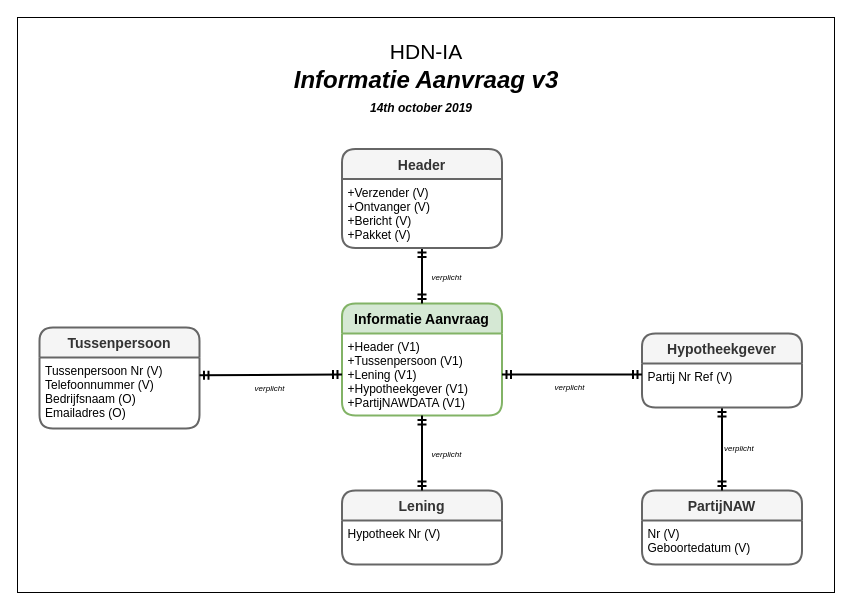
Before: page "IA-bericht" (2 of 13) of 3rdPartyDatasharing-HDN-IA-IX.drawio in luchthandel/diagrams, a draw.io diagram. Source tidied: cells renumbered, new cells numbered last; positions are measured from the earlier drawing's top-left corner, leaving out a move shared by most shapes. Both pictures are drawn from the tidied source at 100%, with x=0, y=0 at pixel (17, 17).
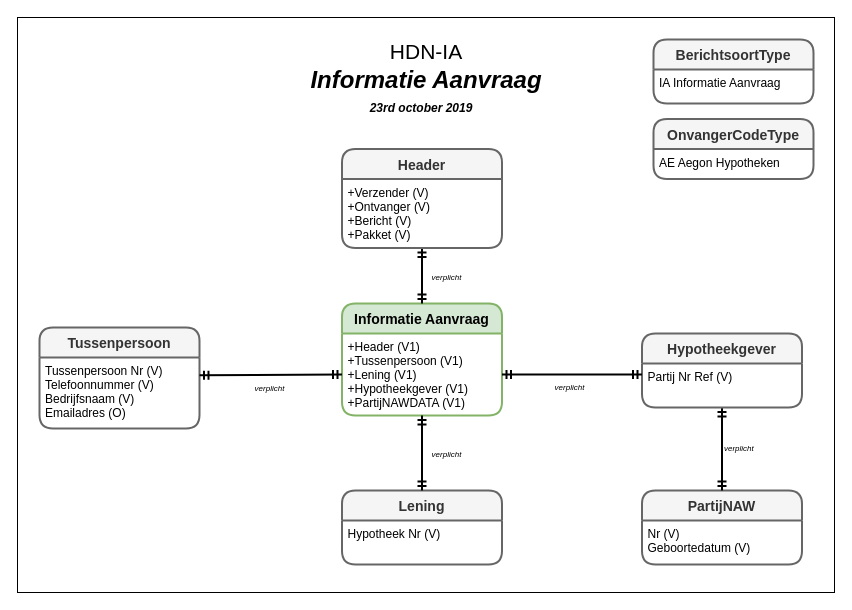
The same page after the edit.

The change refers to these unchanged cells:
```xml
<mxCell id="6" value="Tussenpersoon" style="swimlane;horizontal=1;startSize=30;fillColor=#f5f5f5;fontColor=#333333;rounded=1;fontSize=14;fontStyle=1;strokeWidth=2;shadow=0;dashed=0;align=center;strokeColor=#666666;" parent="1" vertex="1">
  <mxGeometry x="22" y="310" width="160" height="101" as="geometry" />
</mxCell>
<mxCell id="25" style="group;" parent="1" vertex="1">
  <mxGeometry x="259.5" y="21.5" width="298" height="78.5" as="geometry" />
</mxCell>
```

Change to the diagram source:
```diff
@@
-    <mxCell id="7" value="Tussenpersoon Nr (V)&#10;Telefoonnummer (V)&#10;Bedrijfsnaam (O)&#10;Emailadres (O)" style="align=left;strokeColor=none;fillColor=none;spacingLeft=4;fontSize=12;verticalAlign=top;" parent="6" vertex="1">
+    <mxCell id="7" value="Tussenpersoon Nr (V)&#10;Telefoonnummer (V)&#10;Bedrijfsnaam (V)&#10;Emailadres (O)" style="align=left;strokeColor=none;fillColor=none;spacingLeft=4;fontSize=12;verticalAlign=top;" parent="6" vertex="1">
       <mxGeometry y="30" width="160" height="71" as="geometry" />
     </mxCell>
@@
-    <mxCell id="26" value="&lt;font style=&quot;font-size: 21px&quot;&gt;HDN-IA&lt;/font&gt;&lt;b style=&quot;font-size: 24px ; font-style: italic&quot;&gt;&lt;br&gt;Informatie Aanvraag v3&lt;/b&gt;" style="text;html=1;strokeColor=none;fillColor=none;align=center;verticalAlign=middle;whiteSpace=wrap;rounded=0;" parent="25" vertex="1">
+    <mxCell id="26" value="&lt;font style=&quot;font-size: 21px&quot;&gt;HDN-IA&lt;/font&gt;&lt;b style=&quot;font-size: 24px ; font-style: italic&quot;&gt;&lt;br&gt;Informatie Aanvraag&lt;/b&gt;" style="text;html=1;strokeColor=none;fillColor=none;align=center;verticalAlign=middle;whiteSpace=wrap;rounded=0;" parent="25" vertex="1">
       <mxGeometry width="298" height="52" as="geometry" />
     </mxCell>
-    <mxCell id="27" value="&lt;font&gt;&lt;b&gt;&lt;i&gt;14th october 2019&lt;/i&gt;&lt;/b&gt;&lt;br&gt;&lt;/font&gt;" style="text;html=1;strokeColor=none;fillColor=none;align=center;verticalAlign=middle;whiteSpace=wrap;rounded=0;" parent="25" vertex="1">
+    <mxCell id="27" value="&lt;font&gt;&lt;b&gt;&lt;i&gt;23rd october 2019&lt;/i&gt;&lt;/b&gt;&lt;br&gt;&lt;/font&gt;" style="text;html=1;strokeColor=none;fillColor=none;align=center;verticalAlign=middle;whiteSpace=wrap;rounded=0;" parent="25" vertex="1">
       <mxGeometry x="74" y="59.5" width="140" height="19" as="geometry" />
     </mxCell>
+    <mxCell id="28" value="BerichtsoortType" style="swimlane;horizontal=1;startSize=30;fillColor=#f5f5f5;rounded=1;fontSize=14;fontStyle=1;strokeWidth=2;shadow=0;dashed=0;align=center;strokeColor=#666666;fontColor=#333333;" parent="1" vertex="1">
+      <mxGeometry x="636" y="22" width="160" height="64" as="geometry" />
+    </mxCell>
+    <mxCell id="29" value="IA Informatie Aanvraag" style="align=left;strokeColor=none;fillColor=none;spacingLeft=4;fontSize=12;verticalAlign=top;" parent="28" vertex="1">
+      <mxGeometry y="30" width="160" height="34" as="geometry" />
+    </mxCell>
+    <mxCell id="30" value="OnvangerCodeType" style="swimlane;horizontal=1;startSize=30;fillColor=#f5f5f5;rounded=1;fontSize=14;fontStyle=1;strokeWidth=2;shadow=0;dashed=0;align=center;strokeColor=#666666;fontColor=#333333;" parent="1" vertex="1">
+      <mxGeometry x="636" y="101.5" width="160" height="60" as="geometry" />
+    </mxCell>
+    <mxCell id="31" value="AE Aegon Hypotheken" style="align=left;strokeColor=none;fillColor=none;spacingLeft=4;fontSize=12;verticalAlign=top;" parent="30" vertex="1">
+      <mxGeometry y="30" width="160" height="30" as="geometry" />
+    </mxCell>
```
